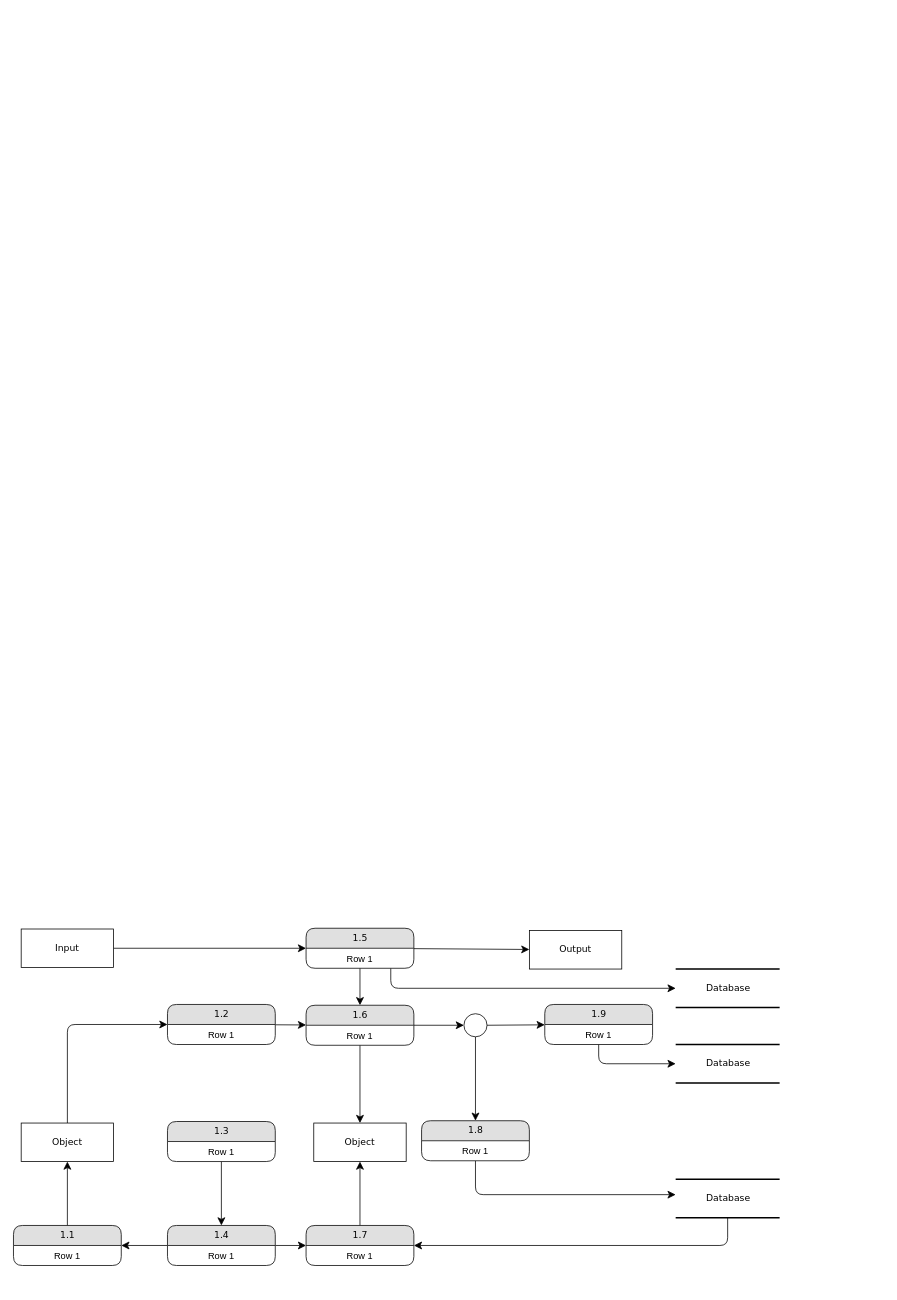
Above: Untitled Diagram.drawio in geekyoperand/test (draw.io), before the change. Source tidied: cells renumbered, new cells numbered last; positions are measured from the earlier drawing's top-left corner, leaving out a move shared by most shapes. Both pictures are drawn from the tidied source at 77%, with x=0, y=0 at pixel (13, 928).
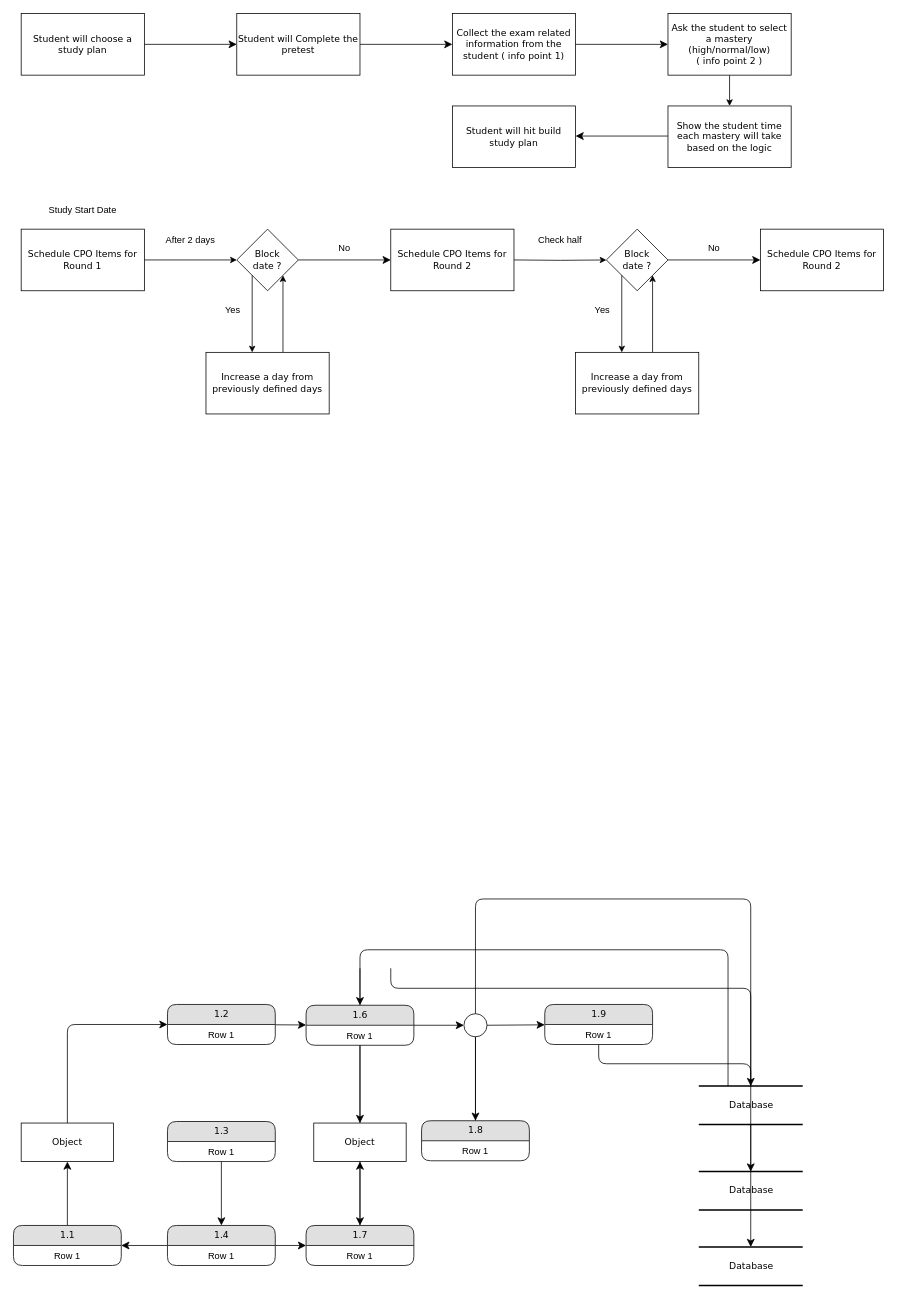
The same page after the edit.

Unchanged cells that the change refers to:
```xml
<mxCell id="16" value="1.6" style="swimlane;html=1;fontStyle=0;horizontal=1;startSize=26;fillColor=#e0e0e0;swimlaneFillColor=#ffffff;align=center;rounded=1;shadow=0;comic=0;labelBackgroundColor=none;strokeWidth=1;fontFamily=Verdana;fontSize=12;" parent="1" vertex="1">
  <mxGeometry x="380" y="100" width="140" height="52" as="geometry" />
</mxCell>
<mxCell id="28" value="1.8" style="swimlane;html=1;fontStyle=0;horizontal=1;startSize=26;fillColor=#e0e0e0;swimlaneFillColor=#ffffff;align=center;rounded=1;shadow=0;comic=0;labelBackgroundColor=none;strokeWidth=1;fontFamily=Verdana;fontSize=12;" parent="1" vertex="1">
  <mxGeometry x="530" y="250" width="140" height="52" as="geometry" />
</mxCell>
<mxCell id="38" value="1.7" style="swimlane;html=1;fontStyle=0;horizontal=1;startSize=26;fillColor=#e0e0e0;swimlaneFillColor=#ffffff;align=center;rounded=1;shadow=0;comic=0;labelBackgroundColor=none;strokeWidth=1;fontFamily=Verdana;fontSize=12;" parent="1" vertex="1">
  <mxGeometry x="380" y="386" width="140" height="52" as="geometry" />
</mxCell>
```

Change to the diagram source:
```diff
@@
     <mxCell id="2" value="Database" style="html=1;rounded=0;shadow=0;comic=0;labelBackgroundColor=none;strokeWidth=2;fontFamily=Verdana;fontSize=12;align=center;shape=mxgraph.ios7ui.horLines;" parent="1" vertex="1">
-      <mxGeometry x="860" y="53" width="135" height="50" as="geometry" />
+      <mxGeometry x="890" y="316" width="135" height="50" as="geometry" />
     </mxCell>
     <mxCell id="3" value="Database" style="html=1;rounded=0;shadow=0;comic=0;labelBackgroundColor=none;strokeWidth=2;fontFamily=Verdana;fontSize=12;align=center;shape=mxgraph.ios7ui.horLines;" parent="1" vertex="1">
-      <mxGeometry x="860" y="151" width="135" height="50" as="geometry" />
+      <mxGeometry x="890" y="414" width="135" height="50" as="geometry" />
     </mxCell>
-    <mxCell id="4" value="Output" style="whiteSpace=wrap;html=1;rounded=0;shadow=0;comic=0;labelBackgroundColor=none;strokeWidth=1;fontFamily=Verdana;fontSize=12;align=center;" parent="1" vertex="1">
-      <mxGeometry x="670" y="3" width="120" height="50" as="geometry" />
-    </mxCell>
-    <mxCell id="5" style="edgeStyle=none;html=1;labelBackgroundColor=none;startFill=0;startSize=8;endFill=1;endSize=8;fontFamily=Verdana;fontSize=12;" parent="1" edge="1" source="6" target="10">
+    <mxCell id="5" style="edgeStyle=none;html=1;labelBackgroundColor=none;startFill=0;startSize=8;endFill=1;endSize=8;fontFamily=Verdana;fontSize=12;entryX=0;entryY=0.5;entryDx=0;entryDy=0;" parent="1" edge="1" source="6" target="47">
       <mxGeometry relative="1" as="geometry" />
     </mxCell>
-    <mxCell id="6" value="Input" style="whiteSpace=wrap;html=1;rounded=0;shadow=0;comic=0;labelBackgroundColor=none;strokeWidth=1;fontFamily=Verdana;fontSize=12;align=center;" parent="1" vertex="1">
-      <mxGeometry x="10" y="1" width="120" height="50" as="geometry" />
+    <mxCell id="6" value="&lt;div&gt;Student will choose a study plan&lt;/div&gt;" style="whiteSpace=wrap;html=1;rounded=0;shadow=0;comic=0;labelBackgroundColor=none;strokeWidth=1;fontFamily=Verdana;fontSize=12;align=center;" parent="1" vertex="1">
+      <mxGeometry x="10" y="-1187.9" width="160" height="80" as="geometry" />
     </mxCell>
-    <mxCell id="7" style="edgeStyle=none;html=1;labelBackgroundColor=none;startFill=0;startSize=8;endFill=1;endSize=8;fontFamily=Verdana;fontSize=12;" parent="1" edge="1" source="10" target="4">
-      <mxGeometry relative="1" as="geometry" />
-    </mxCell>
-    <mxCell id="8" style="edgeStyle=none;html=1;labelBackgroundColor=none;startFill=0;startSize=8;endFill=1;endSize=8;fontFamily=Verdana;fontSize=12;" parent="1" edge="1" source="10" target="16">
-      <mxGeometry relative="1" as="geometry" />
+    <mxCell id="8" style="edgeStyle=none;html=1;labelBackgroundColor=none;startFill=0;startSize=8;endFill=1;endSize=8;fontFamily=Verdana;fontSize=12;" parent="1" edge="1" target="16">
+      <mxGeometry relative="1" as="geometry">
+        <mxPoint x="450" y="52" as="sourcePoint" />
+      </mxGeometry>
     </mxCell>
-    <mxCell id="9" style="edgeStyle=orthogonalEdgeStyle;html=1;labelBackgroundColor=none;startFill=0;startSize=8;endFill=1;endSize=8;fontFamily=Verdana;fontSize=12;" parent="1" edge="1" source="10" target="2">
+    <mxCell id="9" style="edgeStyle=orthogonalEdgeStyle;html=1;labelBackgroundColor=none;startFill=0;startSize=8;endFill=1;endSize=8;fontFamily=Verdana;fontSize=12;" parent="1" edge="1" target="2">
       <mxGeometry relative="1" as="geometry">
+        <mxPoint x="490" y="52" as="sourcePoint" />
         <Array as="points">
           <mxPoint x="490" y="78" />
         </Array>
       </mxGeometry>
     </mxCell>
-    <mxCell id="10" value="1.5" style="swimlane;html=1;fontStyle=0;horizontal=1;startSize=26;fillColor=#e0e0e0;swimlaneFillColor=#ffffff;align=center;rounded=1;shadow=0;comic=0;labelBackgroundColor=none;strokeWidth=1;fontFamily=Verdana;fontSize=12;" parent="1" vertex="1">
-      <mxGeometry x="380" width="140" height="52" as="geometry" />
-    </mxCell>
-    <mxCell id="11" value="Row 1" style="text;html=1;strokeColor=none;fillColor=none;spacingLeft=4;spacingRight=4;whiteSpace=wrap;overflow=hidden;align=center;" parent="10" vertex="1">
-      <mxGeometry y="26" width="140" height="26" as="geometry" />
-    </mxCell>
     <mxCell id="12" style="edgeStyle=orthogonalEdgeStyle;html=1;labelBackgroundColor=none;startFill=0;startSize=8;endFill=1;endSize=8;fontFamily=Verdana;fontSize=12;" parent="1" edge="1" source="13" target="38">
       <mxGeometry relative="1" as="geometry">
         <Array as="points">
-          <mxPoint x="928" y="412" />
+          <mxPoint x="928" y="28" />
         </Array>
       </mxGeometry>
     </mxCell>
     <mxCell id="13" value="Database" style="html=1;rounded=0;shadow=0;comic=0;labelBackgroundColor=none;strokeWidth=2;fontFamily=Verdana;fontSize=12;align=center;shape=mxgraph.ios7ui.horLines;" parent="1" vertex="1">
-      <mxGeometry x="860" y="326" width="135" height="50" as="geometry" />
+      <mxGeometry x="890" y="205" width="135" height="50" as="geometry" />
     </mxCell>
@@
     <mxCell id="27" style="edgeStyle=orthogonalEdgeStyle;html=1;labelBackgroundColor=none;startFill=0;startSize=8;endFill=1;endSize=8;fontFamily=Verdana;fontSize=12;" parent="1" edge="1" source="28" target="13">
       <mxGeometry relative="1" as="geometry">
         <Array as="points">
-          <mxPoint x="600" y="346" />
+          <mxPoint x="600" y="-38" />
         </Array>
       </mxGeometry>
     </mxCell>
@@
+    <mxCell id="46" style="edgeStyle=none;html=1;labelBackgroundColor=none;startFill=0;startSize=8;endFill=1;endSize=8;fontFamily=Verdana;fontSize=12;" parent="1" edge="1" source="47">
+      <mxGeometry relative="1" as="geometry">
+        <mxPoint x="570" y="-1147.9" as="targetPoint" />
+      </mxGeometry>
+    </mxCell>
+    <mxCell id="47" value="&lt;div&gt;Student will Complete the pretest&lt;br&gt;&lt;/div&gt;" style="whiteSpace=wrap;html=1;rounded=0;shadow=0;comic=0;labelBackgroundColor=none;strokeWidth=1;fontFamily=Verdana;fontSize=12;align=center;" parent="1" vertex="1">
+      <mxGeometry x="290" y="-1187.9" width="160" height="80" as="geometry" />
+    </mxCell>
+    <mxCell id="48" value="Collect the exam related information from the student ( info point 1)" style="whiteSpace=wrap;html=1;rounded=0;shadow=0;comic=0;labelBackgroundColor=none;strokeWidth=1;fontFamily=Verdana;fontSize=12;align=center;" parent="1" vertex="1">
+      <mxGeometry x="570" y="-1187.9" width="160" height="80" as="geometry" />
+    </mxCell>
+    <mxCell id="49" style="edgeStyle=none;html=1;labelBackgroundColor=none;startFill=0;startSize=8;endFill=1;endSize=8;fontFamily=Verdana;fontSize=12;" parent="1" edge="1">
+      <mxGeometry relative="1" as="geometry">
+        <mxPoint x="730" y="-1147.9" as="sourcePoint" />
+        <mxPoint x="850" y="-1147.9" as="targetPoint" />
+      </mxGeometry>
+    </mxCell>
+    <mxCell id="50" style="edgeStyle=orthogonalEdgeStyle;rounded=0;jettySize=auto;html=1;" parent="1" edge="1" source="51" target="53">
+      <mxGeometry relative="1" as="geometry" />
+    </mxCell>
+    <mxCell id="51" value="&lt;div&gt;Ask the student to select a mastery (high/normal/low)&lt;br&gt;( info point 2 )&lt;/div&gt;" style="whiteSpace=wrap;html=1;rounded=0;shadow=0;comic=0;labelBackgroundColor=none;strokeWidth=1;fontFamily=Verdana;fontSize=12;align=center;" parent="1" vertex="1">
+      <mxGeometry x="850" y="-1187.9" width="160" height="80" as="geometry" />
+    </mxCell>
+    <mxCell id="52" value="Student will hit build study plan" style="whiteSpace=wrap;html=1;rounded=0;shadow=0;comic=0;labelBackgroundColor=none;strokeWidth=1;fontFamily=Verdana;fontSize=12;align=center;" parent="1" vertex="1">
+      <mxGeometry x="570" y="-1067.9" width="160" height="80" as="geometry" />
+    </mxCell>
+    <mxCell id="53" value="Show the student time each mastery will take based on the logic" style="whiteSpace=wrap;html=1;rounded=0;shadow=0;comic=0;labelBackgroundColor=none;strokeWidth=1;fontFamily=Verdana;fontSize=12;align=center;" parent="1" vertex="1">
+      <mxGeometry x="850" y="-1067.9" width="160" height="80" as="geometry" />
+    </mxCell>
+    <mxCell id="54" style="edgeStyle=none;html=1;labelBackgroundColor=none;startFill=0;startSize=8;endFill=1;endSize=8;fontFamily=Verdana;fontSize=12;entryX=1;entryY=0.5;entryDx=0;entryDy=0;exitX=0;exitY=0.5;exitDx=0;exitDy=0;" parent="1" edge="1">
+      <mxGeometry relative="1" as="geometry">
+        <mxPoint x="850" y="-1028.8" as="sourcePoint" />
+        <mxPoint x="730" y="-1028.8" as="targetPoint" />
+      </mxGeometry>
+    </mxCell>
+    <mxCell id="55" style="edgeStyle=orthogonalEdgeStyle;rounded=0;jettySize=auto;html=1;" parent="1" edge="1" source="56" target="61">
+      <mxGeometry relative="1" as="geometry" />
+    </mxCell>
+    <mxCell id="56" value="&lt;div&gt;Schedule CPO Items for Round 1&lt;/div&gt;" style="whiteSpace=wrap;html=1;rounded=0;shadow=0;comic=0;labelBackgroundColor=none;strokeWidth=1;fontFamily=Verdana;fontSize=12;align=center;" parent="1" vertex="1">
+      <mxGeometry x="10" y="-907.9" width="160" height="80" as="geometry" />
+    </mxCell>
+    <mxCell id="57" style="edgeStyle=none;html=1;labelBackgroundColor=none;startFill=0;startSize=8;endFill=1;endSize=8;fontFamily=Verdana;fontSize=12;" parent="1" edge="1">
+      <mxGeometry relative="1" as="geometry">
+        <mxPoint x="370" y="-867.9" as="sourcePoint" />
+        <mxPoint x="490" y="-867.9" as="targetPoint" />
+      </mxGeometry>
+    </mxCell>
+    <mxCell id="58" value="Schedule CPO Items for Round 2" style="whiteSpace=wrap;html=1;rounded=0;shadow=0;comic=0;labelBackgroundColor=none;strokeWidth=1;fontFamily=Verdana;fontSize=12;align=center;" parent="1" vertex="1">
+      <mxGeometry x="490" y="-907.9" width="160" height="80" as="geometry" />
+    </mxCell>
+    <mxCell id="59" value="Study Start Date" style="text;html=1;strokeColor=none;fillColor=none;align=center;verticalAlign=middle;whiteSpace=wrap;rounded=0;" parent="1" vertex="1">
+      <mxGeometry x="10" y="-947.9" width="160" height="30" as="geometry" />
+    </mxCell>
+    <mxCell id="60" value="After 2 days" style="text;html=1;strokeColor=none;fillColor=none;align=center;verticalAlign=middle;whiteSpace=wrap;rounded=0;" parent="1" vertex="1">
+      <mxGeometry x="170" y="-907.9" width="120" height="30" as="geometry" />
+    </mxCell>
+    <mxCell id="61" value="Block&lt;br&gt;date ?" style="rhombus;whiteSpace=wrap;html=1;fontFamily=Verdana;rounded=0;shadow=0;comic=0;labelBackgroundColor=none;strokeWidth=1;" parent="1" vertex="1">
+      <mxGeometry x="290" y="-907.9" width="80" height="80" as="geometry" />
+    </mxCell>
+    <mxCell id="62" value="No" style="text;html=1;strokeColor=none;fillColor=none;align=center;verticalAlign=middle;whiteSpace=wrap;rounded=0;" parent="1" vertex="1">
+      <mxGeometry x="370" y="-897.9" width="120" height="30" as="geometry" />
+    </mxCell>
+    <mxCell id="63" style="endArrow=classic;html=1;rounded=0;exitX=0;exitY=1;exitDx=0;exitDy=0;" parent="1" edge="1" source="61">
+      <mxGeometry relative="1" as="geometry">
+        <mxPoint x="310" y="-747.9" as="targetPoint" />
+      </mxGeometry>
+    </mxCell>
+    <mxCell id="64" style="endArrow=classic;html=1;rounded=0;entryX=1;entryY=1;entryDx=0;entryDy=0;" parent="1" edge="1" target="61">
+      <mxGeometry relative="1" as="geometry">
+        <mxPoint x="350" y="-747.9" as="sourcePoint" />
+      </mxGeometry>
+    </mxCell>
+    <mxCell id="65" value="Increase a day from previously defined days" style="whiteSpace=wrap;html=1;rounded=0;shadow=0;comic=0;labelBackgroundColor=none;strokeWidth=1;fontFamily=Verdana;fontSize=12;align=center;" parent="1" vertex="1">
+      <mxGeometry x="250" y="-747.9" width="160" height="80" as="geometry" />
+    </mxCell>
+    <mxCell id="66" value="Yes" style="text;html=1;strokeColor=none;fillColor=none;align=center;verticalAlign=middle;whiteSpace=wrap;rounded=0;" parent="1" vertex="1">
+      <mxGeometry x="260" y="-817.9" width="50" height="30" as="geometry" />
+    </mxCell>
+    <mxCell id="67" style="edgeStyle=orthogonalEdgeStyle;rounded=0;jettySize=auto;html=1;" parent="1" edge="1" target="71">
+      <mxGeometry relative="1" as="geometry">
+        <mxPoint x="650" y="-867.9" as="sourcePoint" />
+      </mxGeometry>
+    </mxCell>
+    <mxCell id="68" style="edgeStyle=none;html=1;labelBackgroundColor=none;startFill=0;startSize=8;endFill=1;endSize=8;fontFamily=Verdana;fontSize=12;" parent="1" edge="1">
+      <mxGeometry relative="1" as="geometry">
+        <mxPoint x="850" y="-867.9" as="sourcePoint" />
+        <mxPoint x="970" y="-867.9" as="targetPoint" />
+      </mxGeometry>
+    </mxCell>
+    <mxCell id="69" value="Schedule CPO Items for Round 2" style="whiteSpace=wrap;html=1;rounded=0;shadow=0;comic=0;labelBackgroundColor=none;strokeWidth=1;fontFamily=Verdana;fontSize=12;align=center;" parent="1" vertex="1">
+      <mxGeometry x="970" y="-907.9" width="160" height="80" as="geometry" />
+    </mxCell>
+    <mxCell id="70" value="Check half" style="text;html=1;strokeColor=none;fillColor=none;align=center;verticalAlign=middle;whiteSpace=wrap;rounded=0;" parent="1" vertex="1">
+      <mxGeometry x="650" y="-907.9" width="120" height="30" as="geometry" />
+    </mxCell>
+    <mxCell id="71" value="Block&lt;br&gt;date ?" style="rhombus;whiteSpace=wrap;html=1;fontFamily=Verdana;rounded=0;shadow=0;comic=0;labelBackgroundColor=none;strokeWidth=1;" parent="1" vertex="1">
+      <mxGeometry x="770" y="-907.9" width="80" height="80" as="geometry" />
+    </mxCell>
+    <mxCell id="72" value="No" style="text;html=1;strokeColor=none;fillColor=none;align=center;verticalAlign=middle;whiteSpace=wrap;rounded=0;" parent="1" vertex="1">
+      <mxGeometry x="850" y="-897.9" width="120" height="30" as="geometry" />
+    </mxCell>
+    <mxCell id="73" style="endArrow=classic;html=1;rounded=0;exitX=0;exitY=1;exitDx=0;exitDy=0;" parent="1" edge="1" source="71">
+      <mxGeometry relative="1" as="geometry">
+        <mxPoint x="790" y="-747.9" as="targetPoint" />
+      </mxGeometry>
+    </mxCell>
+    <mxCell id="74" style="endArrow=classic;html=1;rounded=0;entryX=1;entryY=1;entryDx=0;entryDy=0;" parent="1" edge="1" target="71">
+      <mxGeometry relative="1" as="geometry">
+        <mxPoint x="830" y="-747.9" as="sourcePoint" />
+      </mxGeometry>
+    </mxCell>
+    <mxCell id="75" value="Increase a day from previously defined days" style="whiteSpace=wrap;html=1;rounded=0;shadow=0;comic=0;labelBackgroundColor=none;strokeWidth=1;fontFamily=Verdana;fontSize=12;align=center;" parent="1" vertex="1">
+      <mxGeometry x="730" y="-747.9" width="160" height="80" as="geometry" />
+    </mxCell>
+    <mxCell id="76" value="Yes" style="text;html=1;strokeColor=none;fillColor=none;align=center;verticalAlign=middle;whiteSpace=wrap;rounded=0;" parent="1" vertex="1">
+      <mxGeometry x="740" y="-817.9" width="50" height="30" as="geometry" />
+    </mxCell>
```
